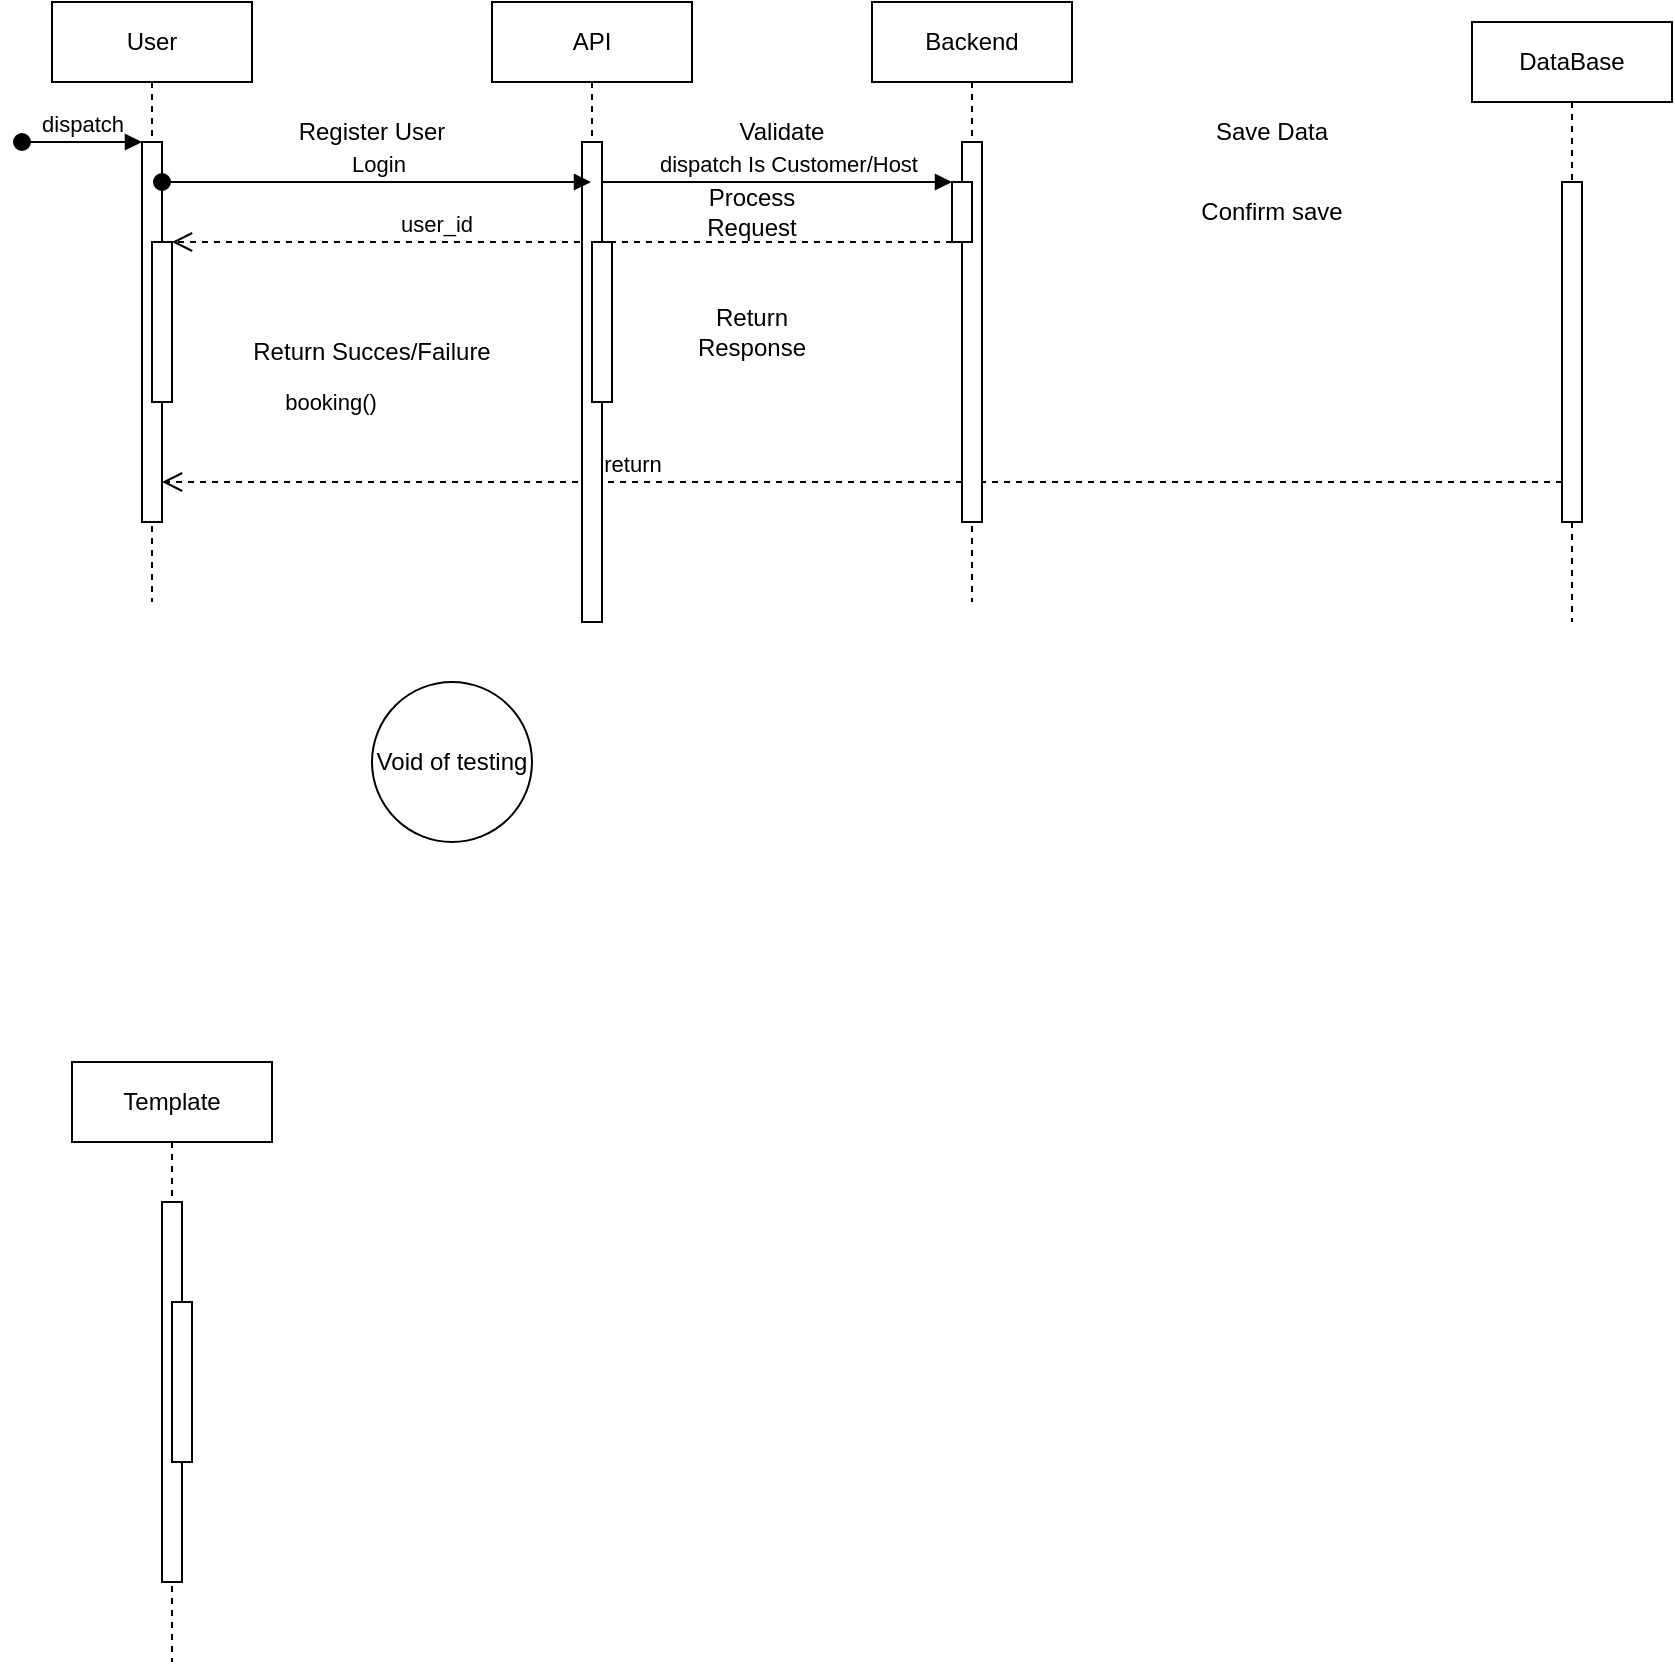
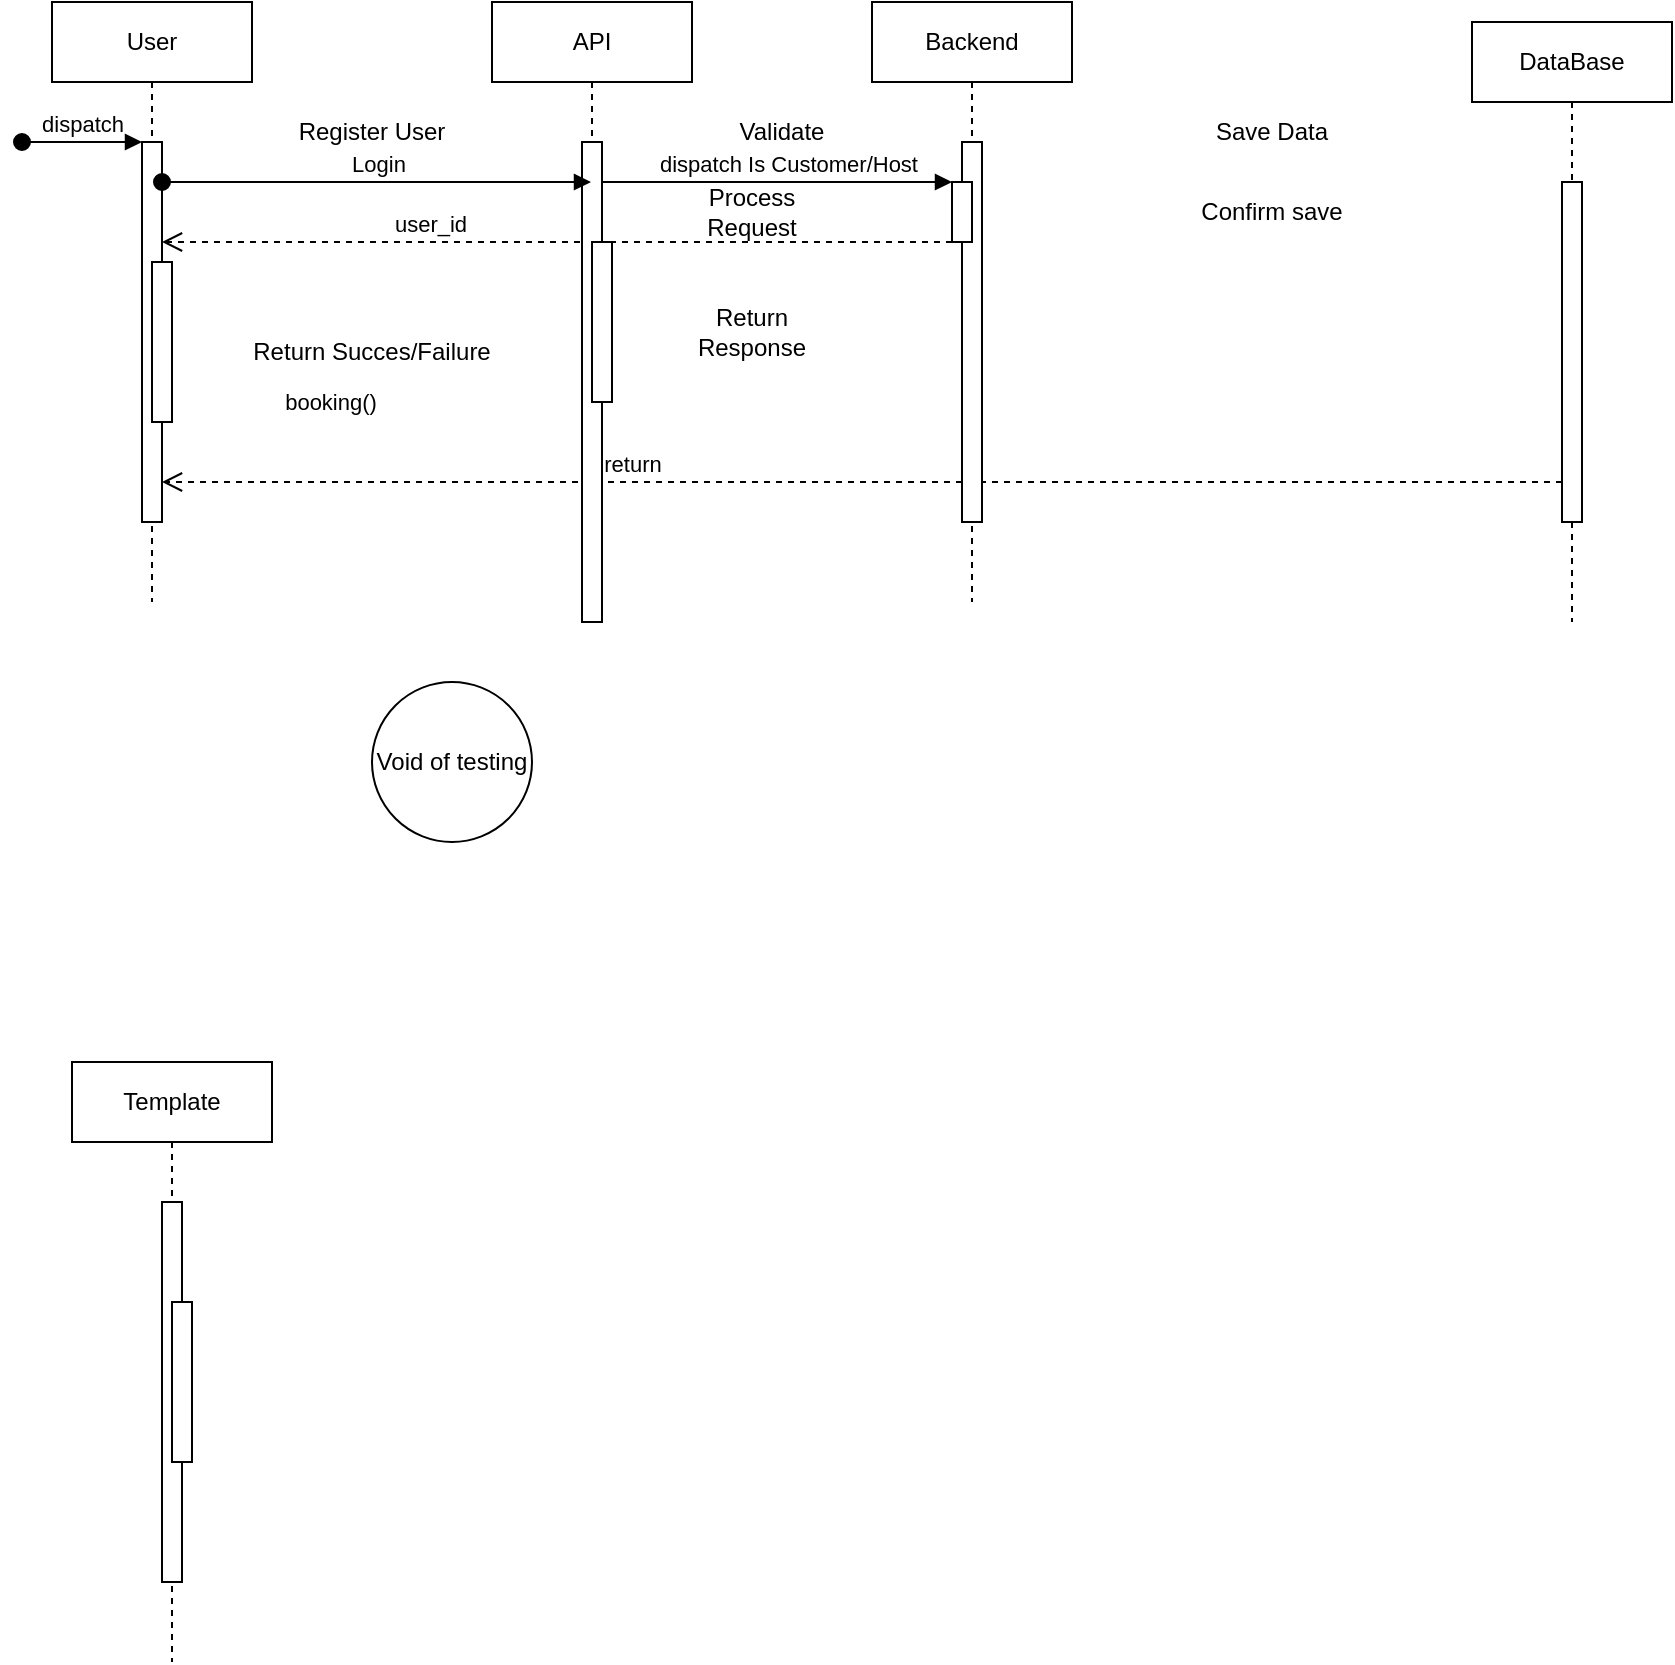
<mxfile host="app.diagrams.net" agent="5.0 (Macintosh; Intel Mac OS X 10_15_7) AppleWebKit/537.36 (KHTML, like Gecko) Chrome/109.0.0.0 Safari/537.36">
  <diagram name="Page-1" id="2YBvvXClWsGukQMizWep">
    <mxGraphModel dx="419" dy="514" grid="1" gridSize="10" guides="1" tooltips="1" connect="1" arrows="1" fold="1" page="1" pageScale="1" pageWidth="850" pageHeight="1100" math="0" shadow="0">
      <root>
        <mxCell id="0" />
        <mxCell id="1" parent="0" />
        <mxCell id="aM9ryv3xv72pqoxQDRHE-1" parent="1" style="shape=umlLifeline;perimeter=lifelinePerimeter;whiteSpace=wrap;html=1;container=0;dropTarget=0;collapsible=0;recursiveResize=0;outlineConnect=0;portConstraint=eastwest;newEdgeStyle={&quot;edgeStyle&quot;:&quot;elbowEdgeStyle&quot;,&quot;elbow&quot;:&quot;vertical&quot;,&quot;curved&quot;:0,&quot;rounded&quot;:0};" value="User" vertex="1">
          <mxGeometry height="300" width="100" x="30" y="40" as="geometry" />
        </mxCell>
        <mxCell id="aM9ryv3xv72pqoxQDRHE-2" parent="aM9ryv3xv72pqoxQDRHE-1" style="html=1;points=[];perimeter=orthogonalPerimeter;outlineConnect=0;targetShapes=umlLifeline;portConstraint=eastwest;newEdgeStyle={&quot;edgeStyle&quot;:&quot;elbowEdgeStyle&quot;,&quot;elbow&quot;:&quot;vertical&quot;,&quot;curved&quot;:0,&quot;rounded&quot;:0};" value="" vertex="1">
          <mxGeometry height="190" width="10" x="45" y="70" as="geometry" />
        </mxCell>
        <mxCell id="aM9ryv3xv72pqoxQDRHE-3" edge="1" parent="aM9ryv3xv72pqoxQDRHE-1" style="html=1;verticalAlign=bottom;startArrow=oval;endArrow=block;startSize=8;edgeStyle=elbowEdgeStyle;elbow=vertical;curved=0;rounded=0;" target="aM9ryv3xv72pqoxQDRHE-2" value="dispatch">
          <mxGeometry relative="1" as="geometry">
            <mxPoint x="-15" y="70" as="sourcePoint" />
          </mxGeometry>
        </mxCell>
        <mxCell id="aM9ryv3xv72pqoxQDRHE-4" parent="aM9ryv3xv72pqoxQDRHE-1" style="html=1;points=[];perimeter=orthogonalPerimeter;outlineConnect=0;targetShapes=umlLifeline;portConstraint=eastwest;newEdgeStyle={&quot;edgeStyle&quot;:&quot;elbowEdgeStyle&quot;,&quot;elbow&quot;:&quot;vertical&quot;,&quot;curved&quot;:0,&quot;rounded&quot;:0};" value="" vertex="1">
-           <mxGeometry height="80" width="10" x="50" y="120" as="geometry" />
+           <mxGeometry height="80" width="10" x="50" y="130" as="geometry" />
        </mxCell>
        <mxCell id="aM9ryv3xv72pqoxQDRHE-5" parent="1" style="shape=umlLifeline;perimeter=lifelinePerimeter;whiteSpace=wrap;html=1;container=0;dropTarget=0;collapsible=0;recursiveResize=0;outlineConnect=0;portConstraint=eastwest;newEdgeStyle={&quot;edgeStyle&quot;:&quot;elbowEdgeStyle&quot;,&quot;elbow&quot;:&quot;vertical&quot;,&quot;curved&quot;:0,&quot;rounded&quot;:0};" value="DataBase" vertex="1">
          <mxGeometry height="300" width="100" x="740" y="50" as="geometry" />
        </mxCell>
        <mxCell id="aM9ryv3xv72pqoxQDRHE-6" parent="aM9ryv3xv72pqoxQDRHE-5" style="html=1;points=[];perimeter=orthogonalPerimeter;outlineConnect=0;targetShapes=umlLifeline;portConstraint=eastwest;newEdgeStyle={&quot;edgeStyle&quot;:&quot;elbowEdgeStyle&quot;,&quot;elbow&quot;:&quot;vertical&quot;,&quot;curved&quot;:0,&quot;rounded&quot;:0};" value="" vertex="1">
          <mxGeometry height="170" width="10" x="45" y="80" as="geometry" />
        </mxCell>
        <mxCell id="aM9ryv3xv72pqoxQDRHE-7" edge="1" parent="1" source="7Z1T8ZwHcXeBXznP6D7j-6" style="html=1;verticalAlign=bottom;endArrow=block;edgeStyle=elbowEdgeStyle;elbow=vertical;curved=0;rounded=0;" target="7Z1T8ZwHcXeBXznP6D7j-11" value="dispatch Is Customer/Host">
          <mxGeometry relative="1" x="0.0616" as="geometry">
            <mxPoint as="offset" />
            <Array as="points">
              <mxPoint x="440" y="130" />
            </Array>
            <mxPoint x="195" y="130" as="sourcePoint" />
            <mxPoint x="480" y="130" as="targetPoint" />
          </mxGeometry>
        </mxCell>
        <mxCell id="SUudZ_YsPv13DbzPBlVf-1" connectable="0" parent="aM9ryv3xv72pqoxQDRHE-7" style="edgeLabel;html=1;align=center;verticalAlign=middle;resizable=0;points=[];" value="booking()" vertex="1">
          <mxGeometry relative="1" x="-0.6283" y="3" as="geometry">
            <mxPoint x="-169" y="113" as="offset" />
          </mxGeometry>
        </mxCell>
        <mxCell id="aM9ryv3xv72pqoxQDRHE-8" edge="1" parent="1" source="aM9ryv3xv72pqoxQDRHE-6" style="html=1;verticalAlign=bottom;endArrow=open;dashed=1;endSize=8;edgeStyle=elbowEdgeStyle;elbow=vertical;curved=0;rounded=0;" target="aM9ryv3xv72pqoxQDRHE-2" value="return">
          <mxGeometry relative="1" x="0.3286" as="geometry">
            <mxPoint as="offset" />
            <Array as="points">
              <mxPoint x="190" y="280" />
            </Array>
            <mxPoint x="195" y="205" as="targetPoint" />
          </mxGeometry>
        </mxCell>
-         <mxCell id="aM9ryv3xv72pqoxQDRHE-10" edge="1" parent="1" source="7Z1T8ZwHcXeBXznP6D7j-11" style="html=1;verticalAlign=bottom;endArrow=open;dashed=1;endSize=8;edgeStyle=elbowEdgeStyle;elbow=vertical;curved=0;rounded=0;" target="aM9ryv3xv72pqoxQDRHE-4" value="user_id">
+         <mxCell id="aM9ryv3xv72pqoxQDRHE-10" edge="1" parent="1" source="7Z1T8ZwHcXeBXznP6D7j-11" style="html=1;verticalAlign=bottom;endArrow=open;dashed=1;endSize=8;edgeStyle=elbowEdgeStyle;elbow=vertical;curved=0;rounded=0;" target="aM9ryv3xv72pqoxQDRHE-2" value="user_id">
          <mxGeometry relative="1" x="0.325" as="geometry">
            <mxPoint as="offset" />
            <Array as="points">
              <mxPoint x="460" y="160" />
            </Array>
            <mxPoint x="460" y="160" as="sourcePoint" />
-             <mxPoint x="100" y="160" as="targetPoint" />
+             <mxPoint x="110" y="160" as="targetPoint" />
          </mxGeometry>
        </mxCell>
        <mxCell id="7Z1T8ZwHcXeBXznP6D7j-5" parent="1" style="shape=umlLifeline;perimeter=lifelinePerimeter;whiteSpace=wrap;html=1;container=0;dropTarget=0;collapsible=0;recursiveResize=0;outlineConnect=0;portConstraint=eastwest;newEdgeStyle={&quot;edgeStyle&quot;:&quot;elbowEdgeStyle&quot;,&quot;elbow&quot;:&quot;vertical&quot;,&quot;curved&quot;:0,&quot;rounded&quot;:0};" value="API" vertex="1">
          <mxGeometry height="300" width="100" x="250" y="40" as="geometry" />
        </mxCell>
        <mxCell id="7Z1T8ZwHcXeBXznP6D7j-6" parent="7Z1T8ZwHcXeBXznP6D7j-5" style="html=1;points=[];perimeter=orthogonalPerimeter;outlineConnect=0;targetShapes=umlLifeline;portConstraint=eastwest;newEdgeStyle={&quot;edgeStyle&quot;:&quot;elbowEdgeStyle&quot;,&quot;elbow&quot;:&quot;vertical&quot;,&quot;curved&quot;:0,&quot;rounded&quot;:0};" value="" vertex="1">
          <mxGeometry height="240" width="10" x="45" y="70" as="geometry" />
        </mxCell>
        <mxCell id="7Z1T8ZwHcXeBXznP6D7j-8" parent="7Z1T8ZwHcXeBXznP6D7j-5" style="html=1;points=[];perimeter=orthogonalPerimeter;outlineConnect=0;targetShapes=umlLifeline;portConstraint=eastwest;newEdgeStyle={&quot;edgeStyle&quot;:&quot;elbowEdgeStyle&quot;,&quot;elbow&quot;:&quot;vertical&quot;,&quot;curved&quot;:0,&quot;rounded&quot;:0};" value="" vertex="1">
          <mxGeometry height="80" width="10" x="50" y="120" as="geometry" />
        </mxCell>
        <mxCell id="7Z1T8ZwHcXeBXznP6D7j-9" parent="1" style="shape=umlLifeline;perimeter=lifelinePerimeter;whiteSpace=wrap;html=1;container=0;dropTarget=0;collapsible=0;recursiveResize=0;outlineConnect=0;portConstraint=eastwest;newEdgeStyle={&quot;edgeStyle&quot;:&quot;elbowEdgeStyle&quot;,&quot;elbow&quot;:&quot;vertical&quot;,&quot;curved&quot;:0,&quot;rounded&quot;:0};" value="&lt;div&gt;Backend&lt;/div&gt;" vertex="1">
          <mxGeometry height="300" width="100" x="440" y="40" as="geometry" />
        </mxCell>
        <mxCell id="7Z1T8ZwHcXeBXznP6D7j-10" parent="7Z1T8ZwHcXeBXznP6D7j-9" style="html=1;points=[];perimeter=orthogonalPerimeter;outlineConnect=0;targetShapes=umlLifeline;portConstraint=eastwest;newEdgeStyle={&quot;edgeStyle&quot;:&quot;elbowEdgeStyle&quot;,&quot;elbow&quot;:&quot;vertical&quot;,&quot;curved&quot;:0,&quot;rounded&quot;:0};" value="" vertex="1">
          <mxGeometry height="190" width="10" x="45" y="70" as="geometry" />
        </mxCell>
        <mxCell id="7Z1T8ZwHcXeBXznP6D7j-11" parent="7Z1T8ZwHcXeBXznP6D7j-9" style="html=1;points=[];perimeter=orthogonalPerimeter;outlineConnect=0;targetShapes=umlLifeline;portConstraint=eastwest;newEdgeStyle={&quot;edgeStyle&quot;:&quot;elbowEdgeStyle&quot;,&quot;elbow&quot;:&quot;vertical&quot;,&quot;curved&quot;:0,&quot;rounded&quot;:0};" value="" vertex="1">
          <mxGeometry height="30" width="10" x="40" y="90" as="geometry" />
        </mxCell>
        <mxCell id="7Z1T8ZwHcXeBXznP6D7j-12" parent="1" style="shape=umlLifeline;perimeter=lifelinePerimeter;whiteSpace=wrap;html=1;container=0;dropTarget=0;collapsible=0;recursiveResize=0;outlineConnect=0;portConstraint=eastwest;newEdgeStyle={&quot;edgeStyle&quot;:&quot;elbowEdgeStyle&quot;,&quot;elbow&quot;:&quot;vertical&quot;,&quot;curved&quot;:0,&quot;rounded&quot;:0};" value="Template" vertex="1">
          <mxGeometry height="300" width="100" x="40" y="570" as="geometry" />
        </mxCell>
        <mxCell id="7Z1T8ZwHcXeBXznP6D7j-13" parent="7Z1T8ZwHcXeBXznP6D7j-12" style="html=1;points=[];perimeter=orthogonalPerimeter;outlineConnect=0;targetShapes=umlLifeline;portConstraint=eastwest;newEdgeStyle={&quot;edgeStyle&quot;:&quot;elbowEdgeStyle&quot;,&quot;elbow&quot;:&quot;vertical&quot;,&quot;curved&quot;:0,&quot;rounded&quot;:0};" value="" vertex="1">
          <mxGeometry height="190" width="10" x="45" y="70" as="geometry" />
        </mxCell>
        <mxCell id="7Z1T8ZwHcXeBXznP6D7j-14" parent="7Z1T8ZwHcXeBXznP6D7j-12" style="html=1;points=[];perimeter=orthogonalPerimeter;outlineConnect=0;targetShapes=umlLifeline;portConstraint=eastwest;newEdgeStyle={&quot;edgeStyle&quot;:&quot;elbowEdgeStyle&quot;,&quot;elbow&quot;:&quot;vertical&quot;,&quot;curved&quot;:0,&quot;rounded&quot;:0};" value="" vertex="1">
          <mxGeometry height="80" width="10" x="50" y="120" as="geometry" />
        </mxCell>
        <mxCell id="7Z1T8ZwHcXeBXznP6D7j-18" edge="1" parent="1" style="html=1;verticalAlign=bottom;startArrow=oval;endArrow=block;startSize=8;edgeStyle=elbowEdgeStyle;elbow=vertical;curved=0;rounded=0;" target="7Z1T8ZwHcXeBXznP6D7j-5" value="Login">
          <mxGeometry relative="1" as="geometry">
            <mxPoint x="85" y="130" as="sourcePoint" />
            <mxPoint x="150" y="130" as="targetPoint" />
          </mxGeometry>
        </mxCell>
        <mxCell id="D9VVy2PClrj1YHKQl20F-1" parent="1" style="text;html=1;whiteSpace=wrap;strokeColor=none;fillColor=none;align=center;verticalAlign=middle;rounded=0;" value="Register User" vertex="1">
          <mxGeometry height="30" width="100" x="140" y="90" as="geometry" />
        </mxCell>
        <mxCell id="D9VVy2PClrj1YHKQl20F-2" parent="1" style="text;html=1;whiteSpace=wrap;strokeColor=none;fillColor=none;align=center;verticalAlign=middle;rounded=0;" value="Validate" vertex="1">
          <mxGeometry height="30" width="60" x="365" y="90" as="geometry" />
        </mxCell>
        <mxCell id="D9VVy2PClrj1YHKQl20F-3" parent="1" style="text;html=1;whiteSpace=wrap;strokeColor=none;fillColor=none;align=center;verticalAlign=middle;rounded=0;" value="Process Request" vertex="1">
          <mxGeometry height="30" width="60" x="350" y="130" as="geometry" />
        </mxCell>
        <mxCell id="I_nbtK1dwFWHWanF6EMp-1" parent="1" style="text;html=1;whiteSpace=wrap;strokeColor=none;fillColor=none;align=center;verticalAlign=middle;rounded=0;" value="Save Data" vertex="1">
          <mxGeometry height="30" width="60" x="610" y="90" as="geometry" />
        </mxCell>
        <mxCell id="7Z1T8ZwHcXeBXznP6D7j-19" parent="1" style="ellipse;whiteSpace=wrap;html=1;aspect=fixed;" value="Void of testing" vertex="1">
          <mxGeometry height="80" width="80" x="190" y="380" as="geometry" />
        </mxCell>
        <mxCell id="I_nbtK1dwFWHWanF6EMp-2" parent="1" style="text;html=1;whiteSpace=wrap;strokeColor=none;fillColor=none;align=center;verticalAlign=middle;rounded=0;" value="Confirm save" vertex="1">
          <mxGeometry height="30" width="80" x="600" y="130" as="geometry" />
        </mxCell>
        <mxCell id="I_nbtK1dwFWHWanF6EMp-3" parent="1" style="text;html=1;whiteSpace=wrap;strokeColor=none;fillColor=none;align=center;verticalAlign=middle;rounded=0;" value="Return Response" vertex="1">
          <mxGeometry height="30" width="60" x="350" y="190" as="geometry" />
        </mxCell>
        <mxCell id="I_nbtK1dwFWHWanF6EMp-4" parent="1" style="text;html=1;whiteSpace=wrap;strokeColor=none;fillColor=none;align=center;verticalAlign=middle;rounded=0;" value="Return Succes/Failure" vertex="1">
          <mxGeometry height="30" width="140" x="120" y="200" as="geometry" />
        </mxCell>
      </root>
    </mxGraphModel>
  </diagram>
</mxfile>
